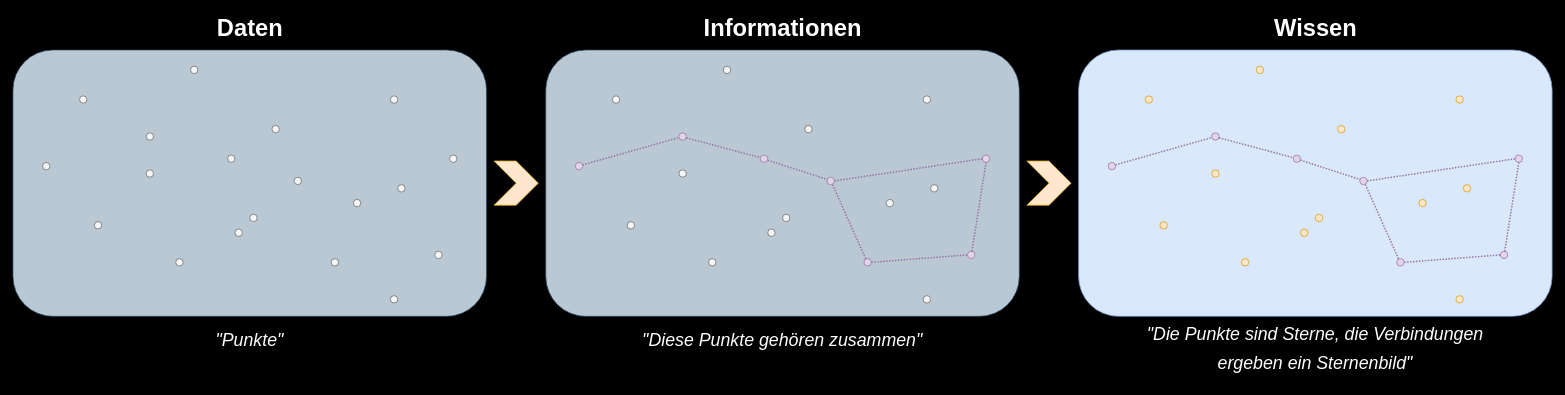
The draw.io diagram src/main/docs/it-management/images/informationen_001.drawio in algoristic/dewey, before the edit. Source tidied: cells renumbered, new cells numbered last; positions are measured from the earlier drawing's top-left corner, leaving out a move shared by most shapes. Both pictures are drawn from the tidied source at 74%, with x=0, y=0 at pixel (13, 13).
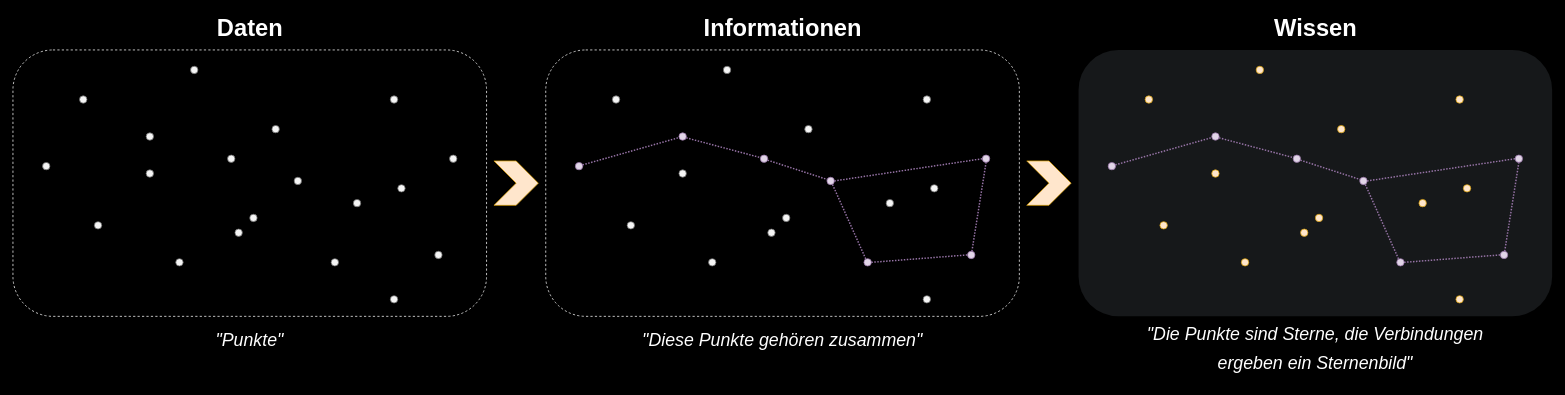
After the change.

Change to the diagram source:
```diff
@@
-    <mxCell id="2" style="rounded=1;whiteSpace=wrap;html=1;strokeWidth=1;fillColor=#bac8d3;strokeColor=#23445d;" parent="1" vertex="1">
+    <mxCell id="2" style="rounded=1;whiteSpace=wrap;html=1;strokeWidth=1;fillColor=none;strokeColor=#FFFFFF;dashed=1;" parent="1" vertex="1">
       <mxGeometry x="720" y="50" width="640" height="360" as="geometry" />
     </mxCell>
@@
-    <mxCell id="29" style="rounded=1;whiteSpace=wrap;html=1;strokeWidth=1;fillColor=#bac8d3;strokeColor=#23445d;" parent="1" vertex="1">
+    <mxCell id="29" style="rounded=1;whiteSpace=wrap;html=1;strokeWidth=1;fillColor=none;strokeColor=#FFFFFF;dashed=1;" parent="1" vertex="1">
       <mxGeometry y="50" width="640" height="360" as="geometry" />
     </mxCell>
@@
-    <mxCell id="49" style="rounded=1;whiteSpace=wrap;html=1;strokeWidth=1;fillColor=#dae8fc;strokeColor=#6c8ebf;" parent="1" vertex="1">
+    <mxCell id="49" style="rounded=1;whiteSpace=wrap;html=1;strokeWidth=1;fillColor=#dae8fc;opacity=10;strokeColor=none;" parent="1" vertex="1">
       <mxGeometry x="1440" y="50" width="640" height="360" as="geometry" />
     </mxCell>
```
